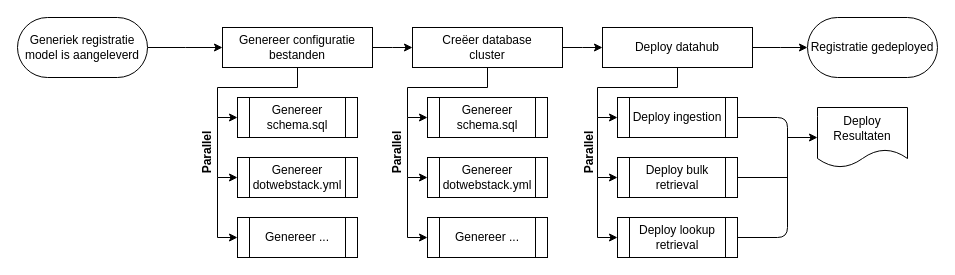
This is multi-tenant-flowchart.drawio from ahup/drawings, a draw.io file, before an edit. Source tidied: cells renumbered, new cells numbered last; positions are measured from the earlier drawing's top-left corner, leaving out a move shared by most shapes. Both pictures are drawn from the tidied source at 100%, with x=0, y=0 at pixel (17, 17).
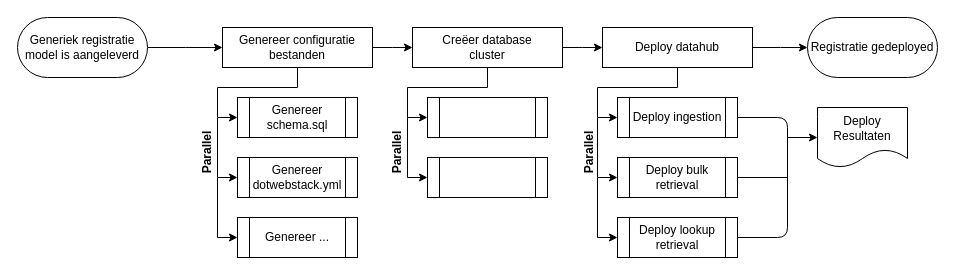
The same page after the edit.

Change to the diagram source:
```diff
@@
-    <mxCell id="15" value="Genereer schema.sql" style="shape=process;whiteSpace=wrap;html=1;backgroundOutline=1;" parent="1" vertex="1">
+    <mxCell id="15" style="shape=process;whiteSpace=wrap;html=1;backgroundOutline=1;" parent="1" vertex="1">
       <mxGeometry x="410" y="80" width="120" height="40" as="geometry" />
     </mxCell>
-    <mxCell id="16" value="Genereer dotwebstack.yml" style="shape=process;whiteSpace=wrap;html=1;backgroundOutline=1;" parent="1" vertex="1">
+    <mxCell id="16" style="shape=process;whiteSpace=wrap;html=1;backgroundOutline=1;" parent="1" vertex="1">
       <mxGeometry x="410" y="140" width="120" height="40" as="geometry" />
     </mxCell>
@@
-    <mxCell id="18" style="edgeStyle=orthogonalEdgeStyle;rounded=0;orthogonalLoop=1;jettySize=auto;html=1;" parent="1" edge="1">
-      <mxGeometry relative="1" as="geometry">
-        <mxPoint x="390" y="160" as="sourcePoint" />
-        <mxPoint x="410" y="220" as="targetPoint" />
-        <Array as="points">
-          <mxPoint x="390" y="220" />
-        </Array>
-      </mxGeometry>
-    </mxCell>
-    <mxCell id="19" value="Genereer ..." style="shape=process;whiteSpace=wrap;html=1;backgroundOutline=1;" parent="1" vertex="1">
-      <mxGeometry x="410" y="200" width="120" height="40" as="geometry" />
-    </mxCell>
```
